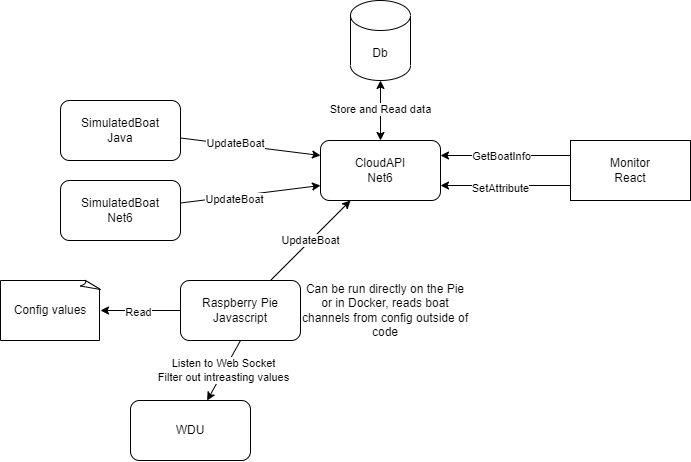
The draw.io diagram design.drawio.png in Addnode-Hackaton-2022/Team-1, before a commit. Source tidied: cells renumbered, new cells last; positions are measured from the earlier drawing's top-left corner, leaving out a move shared by most shapes.
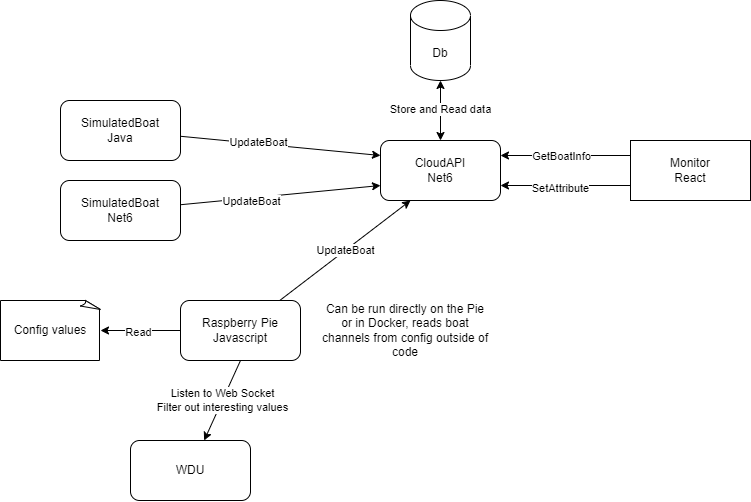
The same file after the commit.

What changed in the source:
```diff
@@ -6,10 +6,10 @@
       <mxGeometry relative="1" as="geometry" />
     </mxCell>
     <mxCell id="3" value="CloudAPI&lt;br&gt;Net6" style="rounded=1;whiteSpace=wrap;html=1;" parent="1" vertex="1">
-      <mxGeometry x="320" y="140" width="120" height="60" as="geometry" />
+      <mxGeometry x="380" y="140" width="120" height="60" as="geometry" />
     </mxCell>
     <mxCell id="4" value="Db" style="shape=cylinder3;whiteSpace=wrap;html=1;boundedLbl=1;backgroundOutline=1;size=15;" parent="1" vertex="1">
-      <mxGeometry x="350" width="60" height="80" as="geometry" />
+      <mxGeometry x="410" width="60" height="80" as="geometry" />
     </mxCell>
     <mxCell id="5" style="edgeStyle=none;html=1;entryX=0;entryY=0.25;entryDx=0;entryDy=0;startArrow=none;startFill=0;" parent="1" edge="1" source="7" target="3">
       <mxGeometry relative="1" as="geometry" />
@@ -38,13 +38,13 @@
       <mxGeometry relative="1" as="geometry" />
     </mxCell>
     <mxCell id="13" value="Raspberry Pie&lt;br&gt;Javascript" style="rounded=1;whiteSpace=wrap;html=1;" parent="1" vertex="1">
-      <mxGeometry x="180" y="280" width="120" height="60" as="geometry" />
+      <mxGeometry x="180" y="300" width="120" height="60" as="geometry" />
     </mxCell>
-    <mxCell id="14" value="Listen to Web Socket&lt;br&gt;Filter out intreasting values" style="edgeStyle=none;html=1;entryX=0.5;entryY=1;entryDx=0;entryDy=0;startArrow=classic;startFill=1;endArrow=none;endFill=0;" parent="1" edge="1" source="15" target="13">
+    <mxCell id="14" value="Listen to Web Socket&lt;br&gt;Filter out&amp;nbsp;interesting values" style="edgeStyle=none;html=1;entryX=0.5;entryY=1;entryDx=0;entryDy=0;startArrow=classic;startFill=1;endArrow=none;endFill=0;" parent="1" edge="1" source="15" target="13">
       <mxGeometry relative="1" as="geometry" />
     </mxCell>
     <mxCell id="15" value="WDU" style="rounded=1;whiteSpace=wrap;html=1;" parent="1" vertex="1">
-      <mxGeometry x="130" y="400" width="120" height="60" as="geometry" />
+      <mxGeometry x="130" y="440" width="120" height="60" as="geometry" />
     </mxCell>
     <mxCell id="16" style="edgeStyle=none;html=1;startArrow=none;startFill=0;entryX=1;entryY=0.25;entryDx=0;entryDy=0;exitX=0;exitY=0.25;exitDx=0;exitDy=0;" parent="1" edge="1" source="20" target="3">
       <mxGeometry relative="1" as="geometry" />
@@ -63,13 +63,13 @@
       </mxGeometry>
     </mxCell>
     <mxCell id="20" value="Monitor&lt;br&gt;React" style="rounded=0;whiteSpace=wrap;html=1;" parent="1" vertex="1">
-      <mxGeometry x="570" y="140" width="120" height="60" as="geometry" />
+      <mxGeometry x="630" y="140" width="120" height="60" as="geometry" />
     </mxCell>
     <mxCell id="21" value="Can be run directly on the Pie or in Docker, reads boat channels from config outside of code" style="text;html=1;strokeColor=none;fillColor=none;align=center;verticalAlign=middle;whiteSpace=wrap;rounded=0;" parent="1" vertex="1">
-      <mxGeometry x="300" y="280" width="170" height="60" as="geometry" />
+      <mxGeometry x="320" y="300" width="170" height="60" as="geometry" />
     </mxCell>
     <mxCell id="22" value="&lt;font color=&quot;#000000&quot;&gt;Config values&lt;/font&gt;" style="whiteSpace=wrap;html=1;shape=mxgraph.basic.document;fillColor=#FFFFFF;" parent="1" vertex="1">
-      <mxGeometry y="280" width="100" height="60" as="geometry" />
+      <mxGeometry y="300" width="100" height="60" as="geometry" />
     </mxCell>
     <mxCell id="23" style="edgeStyle=none;html=1;entryX=0;entryY=0.5;entryDx=0;entryDy=0;startArrow=classic;startFill=1;exitX=1;exitY=0.5;exitDx=0;exitDy=0;exitPerimeter=0;endArrow=none;endFill=0;" parent="1" edge="1" source="22" target="13">
       <mxGeometry relative="1" as="geometry" />
```
